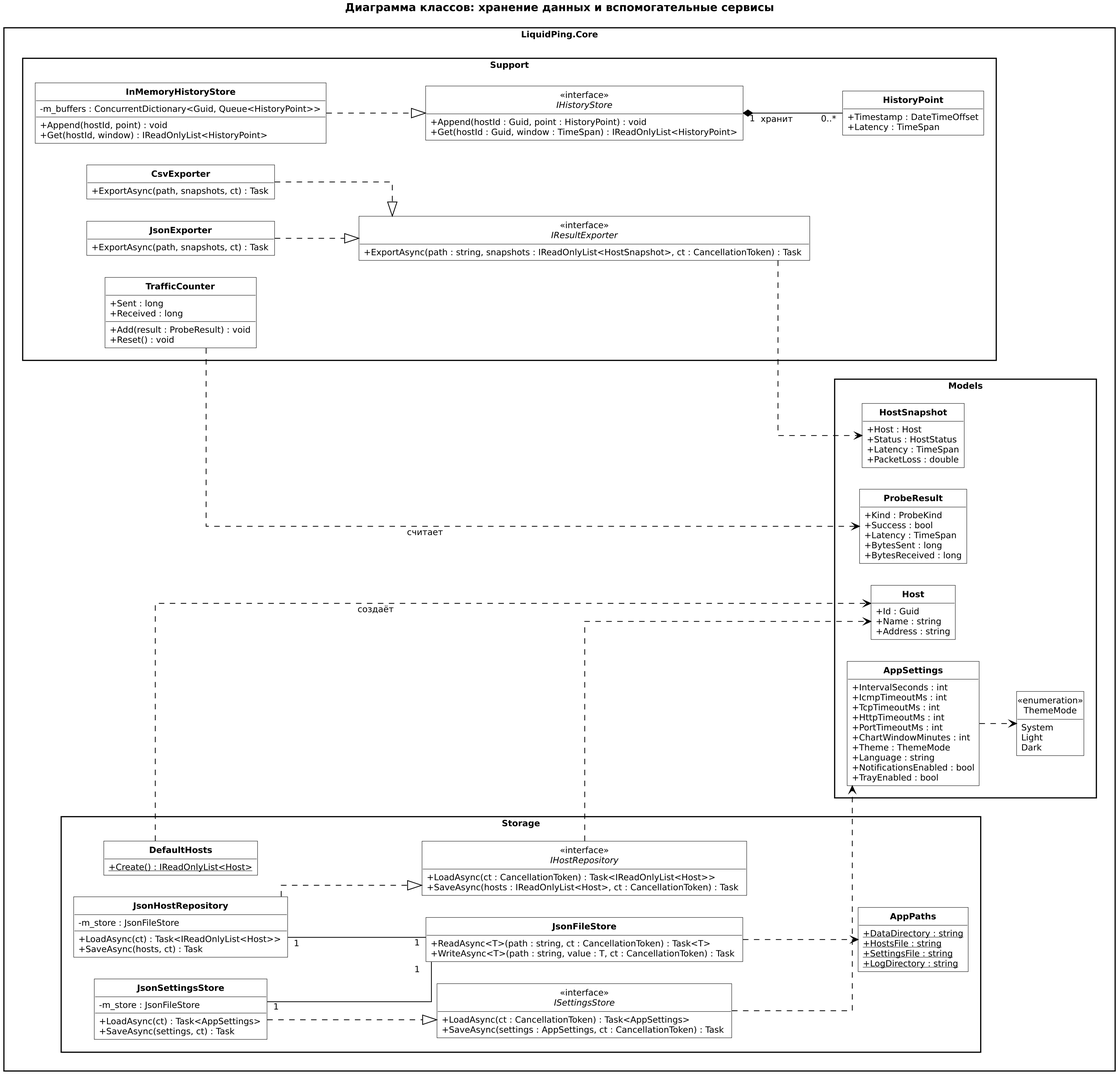
The PlantUML diagram docs/uml/img/class-storage.png in Levandovskii/liquid-ping, before a commit. Its source is kept beside it as docs/uml/src/class-storage.puml.
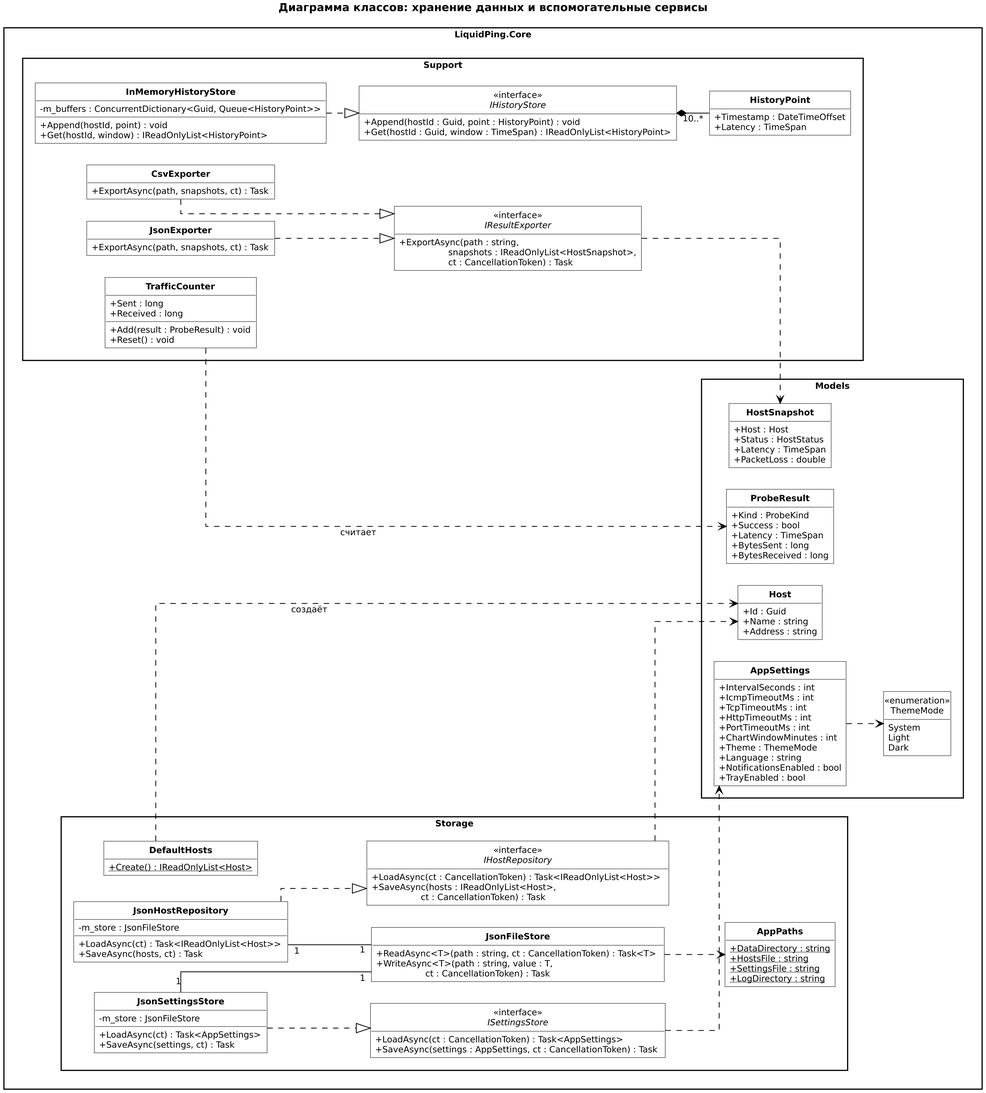
The same file after the commit.

The edit, as a diff of the source:
```diff
@@ -71,7 +71,7 @@
   package "Storage" {
     interface "IHostRepository" as IHostRepository <<interface>> {
       +LoadAsync(ct : CancellationToken) : Task<IReadOnlyList<Host>>
-      +SaveAsync(hosts : IReadOnlyList<Host>, ct : CancellationToken) : Task
+      +SaveAsync(hosts : IReadOnlyList<Host>,\n                  ct : CancellationToken) : Task
     }
 
     class "**JsonHostRepository**" as JsonHostRepository {
@@ -93,7 +93,7 @@
 
     class "**JsonFileStore**" as JsonFileStore {
       +ReadAsync<T>(path : string, ct : CancellationToken) : Task<T>
-      +WriteAsync<T>(path : string, value : T, ct : CancellationToken) : Task
+      +WriteAsync<T>(path : string, value : T,\n                  ct : CancellationToken) : Task
     }
 
     class "**AppPaths**" as AppPaths {
@@ -133,7 +133,7 @@
     }
 
     interface "IResultExporter" as IResultExporter <<interface>> {
-      +ExportAsync(path : string, snapshots : IReadOnlyList<HostSnapshot>, ct : CancellationToken) : Task
+      +ExportAsync(path : string,\n                  snapshots : IReadOnlyList<HostSnapshot>,\n                  ct : CancellationToken) : Task
     }
 
     class "**CsvExporter**" as CsvExporter {
@@ -155,7 +155,7 @@
 AppSettings ..> ThemeMode
 
 InMemoryHistoryStore ..|> IHistoryStore
-IHistoryStore "1" *-- "0..*" HistoryPoint : хранит
+IHistoryStore "1" *-- "0..*" HistoryPoint
 TrafficCounter ..> ProbeResult : считает
 CsvExporter ..|> IResultExporter
 JsonExporter ..|> IResultExporter
```
